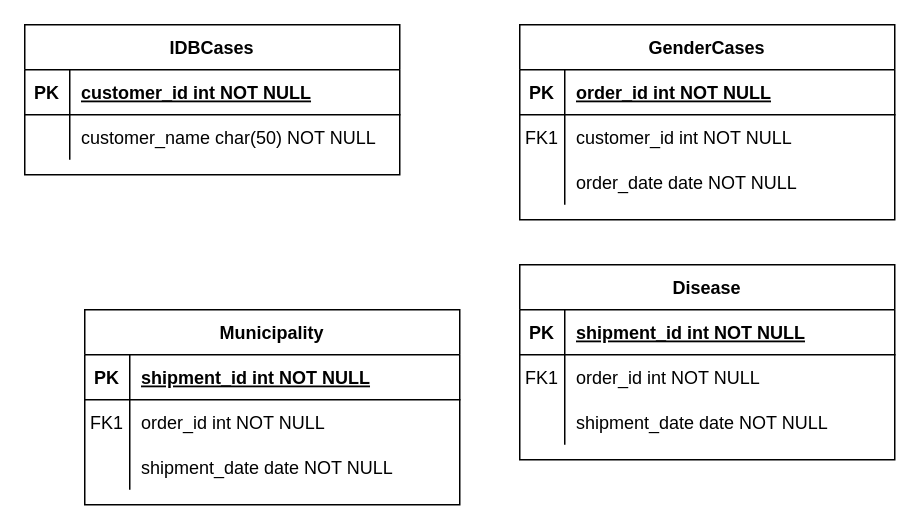
Above: Assignment XIV - Final Project.drawio in Katt9/Database-Design-for-Information-Organizations (draw.io), before the change. Source tidied: cells renumbered, new cells numbered last; positions are measured from the earlier drawing's top-left corner, leaving out a move shared by most shapes. Both pictures are drawn from the tidied source at 150%, with x=0, y=0 at pixel (24, 24).
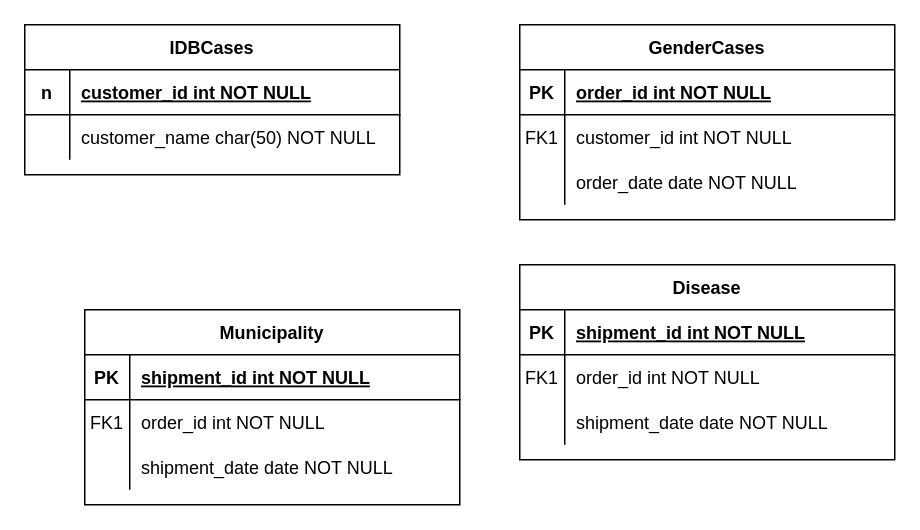
Above is the later version.

Unchanged cells that the change refers to:
```xml
<mxCell id="23" style="shape=partialRectangle;fillColor=none;top=0;left=0;right=0;bottom=1;" parent="22" vertex="1">
  <mxGeometry y="30" width="250" height="30" as="geometry" />
</mxCell>
```

What changed in the source:
```diff
@@
-    <mxCell id="24" value="PK" style="shape=partialRectangle;overflow=hidden;fillColor=none;top=0;left=0;bottom=0;right=0;fontStyle=1;" parent="23" vertex="1">
+    <mxCell id="24" value="n" style="shape=partialRectangle;overflow=hidden;fillColor=none;top=0;left=0;bottom=0;right=0;fontStyle=1;" parent="23" vertex="1">
       <mxGeometry width="30" height="30" as="geometry" />
     </mxCell>
```
